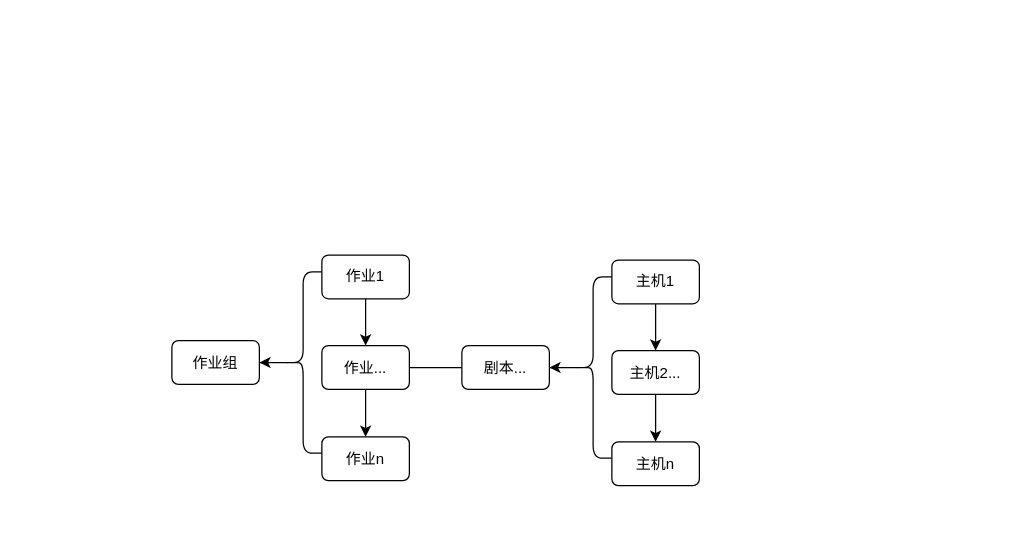
This is ansible.drawio from xuanzc/myGitHub, a draw.io file, before an edit. Source tidied: cells renumbered, new cells numbered last; positions are measured from the earlier drawing's top-left corner, leaving out a move shared by most shapes. Both pictures are drawn from the tidied source at 125%, with x=0, y=0 at pixel (171, 254).
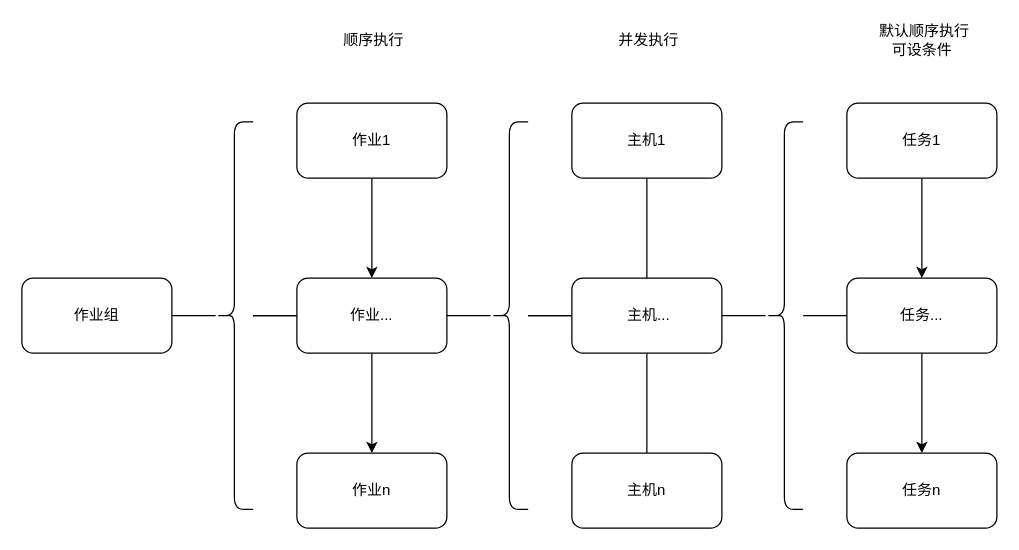
After the change.

The edit, as a diff of the source:
```diff
@@
-    <mxCell id="2" style="edgeStyle=orthogonalEdgeStyle;rounded=0;jettySize=auto;html=1;exitX=0.1;exitY=0.5;exitDx=0;exitDy=0;exitPerimeter=0;endArrow=classic;endFill=1;" parent="1" edge="1" source="3" target="4">
-      <mxGeometry relative="1" as="geometry" />
-    </mxCell>
-    <mxCell id="3" style="shape=curlyBracket;whiteSpace=wrap;html=1;rounded=1;" parent="1" vertex="1">
-      <mxGeometry x="90" y="14" width="30" height="145" as="geometry" />
-    </mxCell>
+    <mxCell id="19" style="edgeStyle=none;rounded=0;jettySize=auto;html=1;endArrow=none;endFill=0;" parent="1" edge="1" source="12" target="9">
+      <mxGeometry relative="1" as="geometry" />
+    </mxCell>
+    <mxCell id="20" style="edgeStyle=none;rounded=0;jettySize=auto;html=1;endArrow=none;endFill=0;" parent="1" edge="1" source="12" target="4">
+      <mxGeometry relative="1" as="geometry" />
+    </mxCell>
+    <mxCell id="21" style="rounded=0;jettySize=auto;html=1;endArrow=none;endFill=0;" parent="1" edge="1" source="12" target="24">
+      <mxGeometry relative="1" as="geometry" />
+    </mxCell>
+    <mxCell id="12" style="shape=curlyBracket;whiteSpace=wrap;html=1;rounded=1;" parent="1" vertex="1">
+      <mxGeometry x="35" y="-106" width="30" height="310" as="geometry" />
+    </mxCell>
+    <mxCell id="7" style="edgeStyle=none;rounded=0;jettySize=auto;html=1;endArrow=classic;endFill=1;" parent="1" edge="1" source="9" target="10">
+      <mxGeometry relative="1" as="geometry" />
+    </mxCell>
+    <mxCell id="9" value="作业..." style="whiteSpace=wrap;html=1;rounded=1;" parent="1" vertex="1">
+      <mxGeometry x="100" y="19" width="120" height="60" as="geometry" />
+    </mxCell>
+    <mxCell id="6" value="作业1" style="whiteSpace=wrap;html=1;rounded=1;" parent="1" vertex="1">
+      <mxGeometry x="100" y="-121" width="120" height="60" as="geometry" />
+    </mxCell>
+    <mxCell id="10" value="作业n" style="whiteSpace=wrap;html=1;rounded=1;" parent="1" vertex="1">
+      <mxGeometry x="100" y="159" width="120" height="60" as="geometry" />
+    </mxCell>
     <mxCell id="4" value="作业组" style="whiteSpace=wrap;html=1;rounded=1;" parent="1" vertex="1">
-      <mxGeometry y="69" width="70" height="35" as="geometry" />
+      <mxGeometry x="-120" y="19" width="120" height="60" as="geometry" />
     </mxCell>
+    <mxCell id="22" style="edgeStyle=none;rounded=0;jettySize=auto;html=1;endArrow=none;endFill=0;" parent="1" edge="1" source="24" target="27">
+      <mxGeometry relative="1" as="geometry" />
+    </mxCell>
+    <mxCell id="23" style="edgeStyle=none;rounded=0;jettySize=auto;html=1;endArrow=none;endFill=0;" parent="1" edge="1" source="24" target="29">
+      <mxGeometry relative="1" as="geometry" />
+    </mxCell>
+    <mxCell id="24" style="shape=curlyBracket;whiteSpace=wrap;html=1;rounded=1;" parent="1" vertex="1">
+      <mxGeometry x="255" y="-106" width="30" height="310" as="geometry" />
+    </mxCell>
+    <mxCell id="25" style="edgeStyle=none;rounded=0;jettySize=auto;html=1;endArrow=none;endFill=0;" parent="1" edge="1" source="27" target="15">
+      <mxGeometry relative="1" as="geometry" />
+    </mxCell>
+    <mxCell id="26" style="edgeStyle=none;rounded=0;jettySize=auto;html=1;endArrow=none;endFill=0;" parent="1" edge="1" source="27" target="18">
+      <mxGeometry relative="1" as="geometry" />
+    </mxCell>
+    <mxCell id="27" value="&amp;nbsp;主机..." style="whiteSpace=wrap;html=1;rounded=1;" parent="1" vertex="1">
+      <mxGeometry x="320" y="19" width="120" height="60" as="geometry" />
+    </mxCell>
+    <mxCell id="15" value="主机1" style="whiteSpace=wrap;html=1;rounded=1;" parent="1" vertex="1">
+      <mxGeometry x="320" y="-121" width="120" height="60" as="geometry" />
+    </mxCell>
+    <mxCell id="18" value="主机n" style="whiteSpace=wrap;html=1;rounded=1;" parent="1" vertex="1">
+      <mxGeometry x="320" y="159" width="120" height="60" as="geometry" />
+    </mxCell>
+    <mxCell id="28" style="edgeStyle=none;rounded=0;jettySize=auto;html=1;endArrow=none;endFill=0;" parent="1" edge="1" source="29" target="31">
+      <mxGeometry relative="1" as="geometry" />
+    </mxCell>
+    <mxCell id="29" style="shape=curlyBracket;whiteSpace=wrap;html=1;rounded=1;" parent="1" vertex="1">
+      <mxGeometry x="475" y="-106" width="30" height="310" as="geometry" />
+    </mxCell>
+    <mxCell id="30" style="edgeStyle=none;rounded=0;jumpStyle=none;jettySize=auto;html=1;entryX=0.5;entryY=0;entryDx=0;entryDy=0;endArrow=classic;endFill=1;" parent="1" edge="1" source="31" target="34">
+      <mxGeometry relative="1" as="geometry" />
+    </mxCell>
+    <mxCell id="31" value="任务..." style="whiteSpace=wrap;html=1;rounded=1;" parent="1" vertex="1">
+      <mxGeometry x="540" y="19" width="120" height="60" as="geometry" />
+    </mxCell>
+    <mxCell id="32" style="edgeStyle=none;rounded=0;jumpStyle=none;jettySize=auto;html=1;entryX=0.5;entryY=0;entryDx=0;entryDy=0;endArrow=classic;endFill=1;" parent="1" edge="1" source="33" target="31">
+      <mxGeometry relative="1" as="geometry" />
+    </mxCell>
+    <mxCell id="33" value="任务1" style="whiteSpace=wrap;html=1;rounded=1;" parent="1" vertex="1">
+      <mxGeometry x="540" y="-121" width="120" height="60" as="geometry" />
+    </mxCell>
+    <mxCell id="34" value="任务n" style="whiteSpace=wrap;html=1;rounded=1;" parent="1" vertex="1">
+      <mxGeometry x="540" y="159" width="120" height="60" as="geometry" />
+    </mxCell>
-    <mxCell id="5" style="edgeStyle=orthogonalEdgeStyle;rounded=0;jettySize=auto;html=1;" parent="1" edge="1" source="6" target="9">
+    <mxCell id="5" style="edgeStyle=none;rounded=0;jumpStyle=none;jettySize=auto;html=1;endArrow=classic;endFill=1;" parent="1" edge="1" source="6" target="9">
       <mxGeometry relative="1" as="geometry" />
     </mxCell>
-    <mxCell id="6" value="作业1" style="whiteSpace=wrap;html=1;rounded=1;" parent="1" vertex="1">
-      <mxGeometry x="120" y="0.5" width="70" height="35" as="geometry" />
-    </mxCell>
-    <mxCell id="7" style="edgeStyle=orthogonalEdgeStyle;rounded=0;jettySize=auto;html=1;" parent="1" edge="1" source="9" target="10">
-      <mxGeometry relative="1" as="geometry" />
-    </mxCell>
-    <mxCell id="8" style="rounded=0;jettySize=auto;html=1;entryX=0;entryY=0.5;entryDx=0;entryDy=0;endArrow=none;endFill=0;" parent="1" edge="1" source="9" target="13">
-      <mxGeometry relative="1" as="geometry" />
-    </mxCell>
-    <mxCell id="9" value="作业..." style="whiteSpace=wrap;html=1;rounded=1;" parent="1" vertex="1">
-      <mxGeometry x="120" y="73" width="70" height="35" as="geometry" />
-    </mxCell>
-    <mxCell id="10" value="作业n" style="whiteSpace=wrap;html=1;rounded=1;" parent="1" vertex="1">
-      <mxGeometry x="120" y="146" width="70" height="35" as="geometry" />
-    </mxCell>
-    <mxCell id="11" style="edgeStyle=orthogonalEdgeStyle;rounded=0;jettySize=auto;html=1;exitX=0.1;exitY=0.5;exitDx=0;exitDy=0;exitPerimeter=0;endArrow=classic;endFill=1;" parent="1" edge="1" source="12" target="13">
-      <mxGeometry relative="1" as="geometry" />
-    </mxCell>
-    <mxCell id="12" style="shape=curlyBracket;whiteSpace=wrap;html=1;rounded=1;" parent="1" vertex="1">
-      <mxGeometry x="322" y="18" width="30" height="145" as="geometry" />
-    </mxCell>
-    <mxCell id="13" value="剧本..." style="whiteSpace=wrap;html=1;rounded=1;" parent="1" vertex="1">
-      <mxGeometry x="232" y="73" width="70" height="35" as="geometry" />
-    </mxCell>
-    <mxCell id="14" style="edgeStyle=orthogonalEdgeStyle;rounded=0;jettySize=auto;html=1;" parent="1" edge="1" source="15" target="17">
-      <mxGeometry relative="1" as="geometry" />
-    </mxCell>
-    <mxCell id="15" value="主机1" style="whiteSpace=wrap;html=1;rounded=1;" parent="1" vertex="1">
-      <mxGeometry x="352" y="4.5" width="70" height="35" as="geometry" />
-    </mxCell>
-    <mxCell id="16" style="edgeStyle=orthogonalEdgeStyle;rounded=0;jettySize=auto;html=1;" parent="1" edge="1" source="17" target="18">
-      <mxGeometry relative="1" as="geometry" />
-    </mxCell>
-    <mxCell id="17" value="主机2..." style="whiteSpace=wrap;html=1;rounded=1;" parent="1" vertex="1">
-      <mxGeometry x="352" y="77" width="70" height="35" as="geometry" />
-    </mxCell>
-    <mxCell id="18" value="主机n" style="whiteSpace=wrap;html=1;rounded=1;" parent="1" vertex="1">
-      <mxGeometry x="352" y="150" width="70" height="35" as="geometry" />
-    </mxCell>
+    <mxCell id="35" value="&amp;nbsp;顺序执行" style="text;html=1;strokeColor=none;fillColor=none;align=center;verticalAlign=middle;whiteSpace=wrap;rounded=0;" parent="1" vertex="1">
+      <mxGeometry x="130" y="-186" width="60" height="30" as="geometry" />
+    </mxCell>
+    <mxCell id="36" value="&amp;nbsp;并发执行" style="text;html=1;strokeColor=none;fillColor=none;align=center;verticalAlign=middle;whiteSpace=wrap;rounded=0;" parent="1" vertex="1">
+      <mxGeometry x="350" y="-186" width="60" height="30" as="geometry" />
+    </mxCell>
+    <mxCell id="37" value="&amp;nbsp;默认顺序执行&lt;br&gt;可设条件" style="text;html=1;strokeColor=none;fillColor=none;align=center;verticalAlign=middle;whiteSpace=wrap;rounded=0;" parent="1" vertex="1">
+      <mxGeometry x="557.5" y="-186" width="85" height="30" as="geometry" />
+    </mxCell>
```
